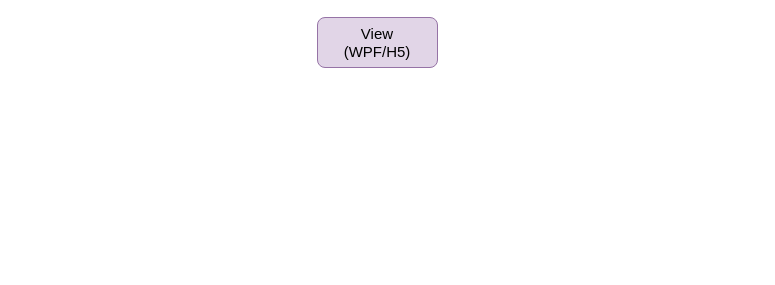
This is 未命名绘图.drawio from TsinHC/ebook, a draw.io file, before an edit. Source tidied: cells renumbered, new cells numbered last; positions are measured from the earlier drawing's top-left corner, leaving out a move shared by most shapes. Both pictures are drawn from the tidied source at 100%, with x=0, y=0 at pixel (317, 17).
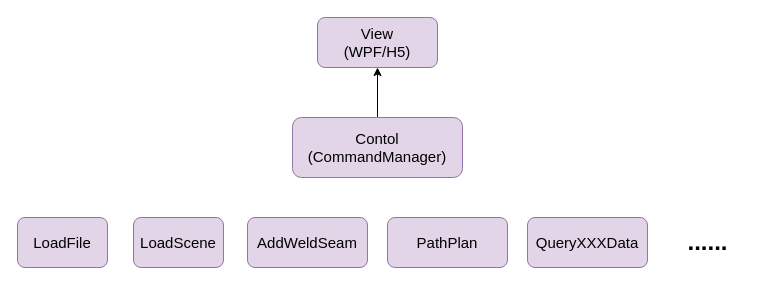
The same diagram, later.

The edit, as a diff of the source:
```diff
@@
 <mxGraphModel>
   <root>
     <mxCell id="0" />
     <mxCell id="1" parent="0" />
     <mxCell id="2" value="&lt;font style=&quot;font-size: 15px;&quot;&gt;View&lt;br&gt;(WPF/H5)&lt;/font&gt;" style="rounded=1;whiteSpace=wrap;html=1;fillColor=#e1d5e7;strokeColor=#9673a6;" parent="1" vertex="1">
       <mxGeometry width="120" height="50" as="geometry" />
     </mxCell>
+    <mxCell id="3" style="edgeStyle=orthogonalEdgeStyle;rounded=0;jettySize=auto;html=1;" parent="1" edge="1" source="4" target="2">
+      <mxGeometry relative="1" as="geometry" />
+    </mxCell>
+    <mxCell id="4" value="&lt;font style=&quot;font-size: 15px;&quot;&gt;Contol&lt;br&gt;(CommandManager)&lt;/font&gt;" style="rounded=1;whiteSpace=wrap;html=1;fillColor=#e1d5e7;strokeColor=#9673a6;" parent="1" vertex="1">
+      <mxGeometry x="-25" y="100" width="170" height="60" as="geometry" />
+    </mxCell>
+    <mxCell id="5" value="&lt;span style=&quot;font-size: 15px;&quot;&gt;LoadFile&lt;/span&gt;" style="rounded=1;whiteSpace=wrap;html=1;fillColor=#e1d5e7;strokeColor=#9673a6;" parent="1" vertex="1">
+      <mxGeometry x="-300" y="200" width="90" height="50" as="geometry" />
+    </mxCell>
+    <mxCell id="6" value="&lt;span style=&quot;font-size: 15px;&quot;&gt;LoadScene&lt;/span&gt;" style="rounded=1;whiteSpace=wrap;html=1;fillColor=#e1d5e7;strokeColor=#9673a6;" parent="1" vertex="1">
+      <mxGeometry x="-184" y="200" width="90" height="50" as="geometry" />
+    </mxCell>
+    <mxCell id="7" value="&lt;span style=&quot;font-size: 15px;&quot;&gt;AddWeldSeam&lt;/span&gt;" style="rounded=1;whiteSpace=wrap;html=1;fillColor=#e1d5e7;strokeColor=#9673a6;" parent="1" vertex="1">
+      <mxGeometry x="-70" y="200" width="120" height="50" as="geometry" />
+    </mxCell>
+    <mxCell id="8" value="&lt;span style=&quot;font-size: 15px;&quot;&gt;PathPlan&lt;/span&gt;" style="rounded=1;whiteSpace=wrap;html=1;fillColor=#e1d5e7;strokeColor=#9673a6;" parent="1" vertex="1">
+      <mxGeometry x="70" y="200" width="120" height="50" as="geometry" />
+    </mxCell>
+    <mxCell id="9" value="&lt;span style=&quot;font-size: 15px;&quot;&gt;QueryXXXData&lt;/span&gt;" style="rounded=1;whiteSpace=wrap;html=1;fillColor=#e1d5e7;strokeColor=#9673a6;" parent="1" vertex="1">
+      <mxGeometry x="210" y="200" width="120" height="50" as="geometry" />
+    </mxCell>
+    <mxCell id="10" value="......" style="text;strokeColor=none;fillColor=none;html=1;fontSize=24;fontStyle=1;verticalAlign=middle;align=center;" parent="1" vertex="1">
+      <mxGeometry x="340" y="205" width="100" height="40" as="geometry" />
+    </mxCell>
   </root>
 </mxGraphModel>
```
